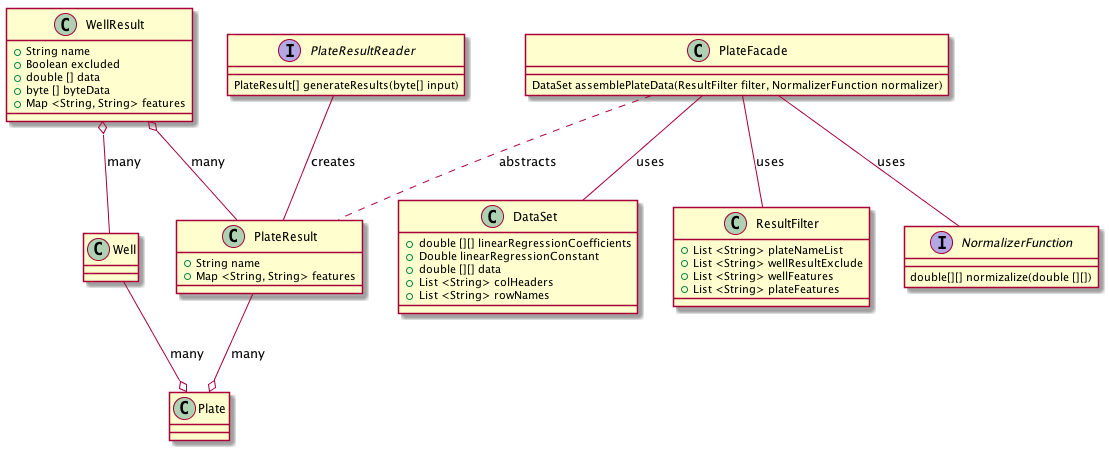
Before: uml/results-uml.png, a diagram exported from PlantUML (massfords/we99). The source it was exported from:
```plantuml
@startuml

class WellResult o-- Well: many
class WellResult o-- PlateResult: many
class PlateResult --o Plate: many
class Well --o Plate: many
class PlateFacade -- ResultFilter: uses
class PlateFacade -- NormalizerFunction: uses
class PlateFacade -- DataSet: uses
class PlateResultReader -- PlateResult: creates
class PlateFacade .. PlateResult: abstracts

class WellResult{
 + String name
 + Boolean excluded
 + double [] data
 + byte [] byteData
 + Map <String, String> features
}

class PlateResult{
 + String name
 + Map <String, String> features
}

interface PlateResultReader{
 PlateResult[] generateResults(byte[] input)
}

interface NormalizerFunction{
 double[][] normizalize(double [][])
}

class PlateFacade{
 DataSet assemblePlateData(ResultFilter filter, NormalizerFunction normalizer)
}

class DataSet{
 + double [][] linearRegressionCoefficients
 + Double linearRegressionConstant
 + double [][] data
 + List <String> colHeaders
 + List <String> rowNames
}

class ResultFilter{
 + List <String> plateNameList
 + List <String> wellResultExclude
 + List <String> wellFeatures
 + List <String> plateFeatures
}

class Plate{
}

class Well{
}

@enduml
```
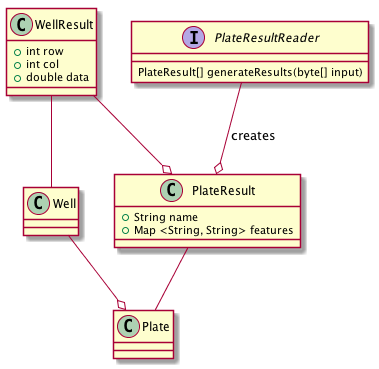
Later version of the same file.

Commit message:
- Updated results information.

What changed in the source:
```diff
@@ -1,21 +1,15 @@
 @startuml
 
-class WellResult o-- Well: many
-class WellResult o-- PlateResult: many
-class PlateResult --o Plate: many
-class Well --o Plate: many
-class PlateFacade -- ResultFilter: uses
-class PlateFacade -- NormalizerFunction: uses
-class PlateFacade -- DataSet: uses
-class PlateResultReader -- PlateResult: creates
-class PlateFacade .. PlateResult: abstracts
+class WellResult --o PlateResult
+class WellResult -- Well
+class PlateResult -- Plate
+class Well --o Plate
+class PlateResultReader --o PlateResult : creates
 
 class WellResult{
- + String name
- + Boolean excluded
- + double [] data
- + byte [] byteData
- + Map <String, String> features
+ + int row
+ + int col
+ + double data
 }
 
 class PlateResult{
@@ -27,33 +21,4 @@
  PlateResult[] generateResults(byte[] input)
 }
 
-interface NormalizerFunction{
- double[][] normizalize(double [][])
-}
-
-class PlateFacade{
- DataSet assemblePlateData(ResultFilter filter, NormalizerFunction normalizer)
-}
-
-class DataSet{
- + double [][] linearRegressionCoefficients
- + Double linearRegressionConstant
- + double [][] data
- + List <String> colHeaders
- + List <String> rowNames
-}
-
-class ResultFilter{
- + List <String> plateNameList
- + List <String> wellResultExclude
- + List <String> wellFeatures
- + List <String> plateFeatures
-}
-
-class Plate{
-}
-
-class Well{
-}
-
 @enduml
```
